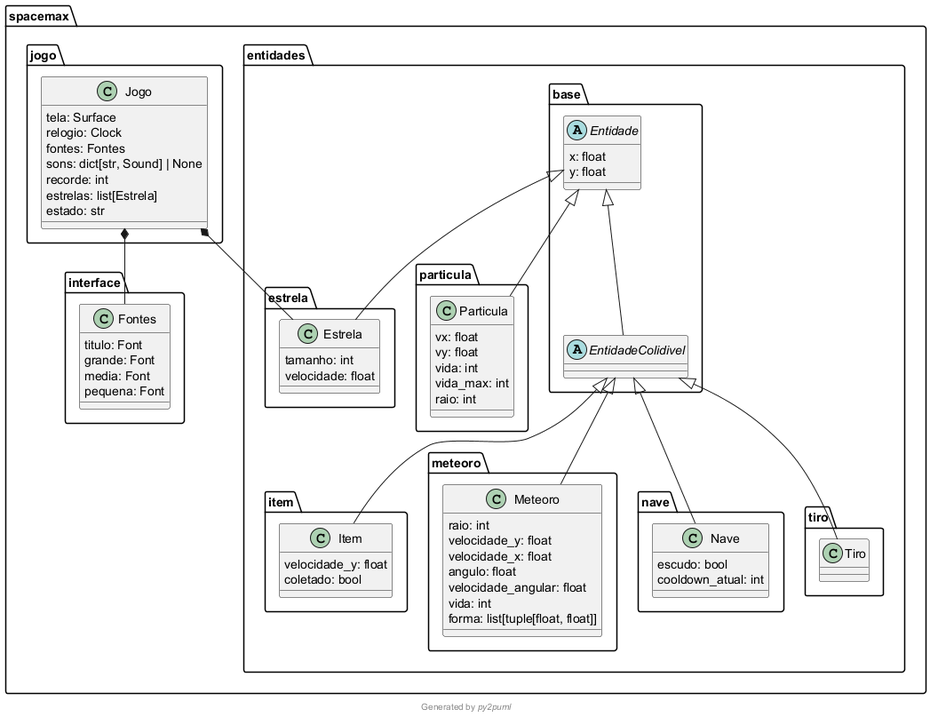
Above: docs/uml/imagens/classes_py2puml.png in viniciussantos184/SpaceMax (PlantUML), before the change.
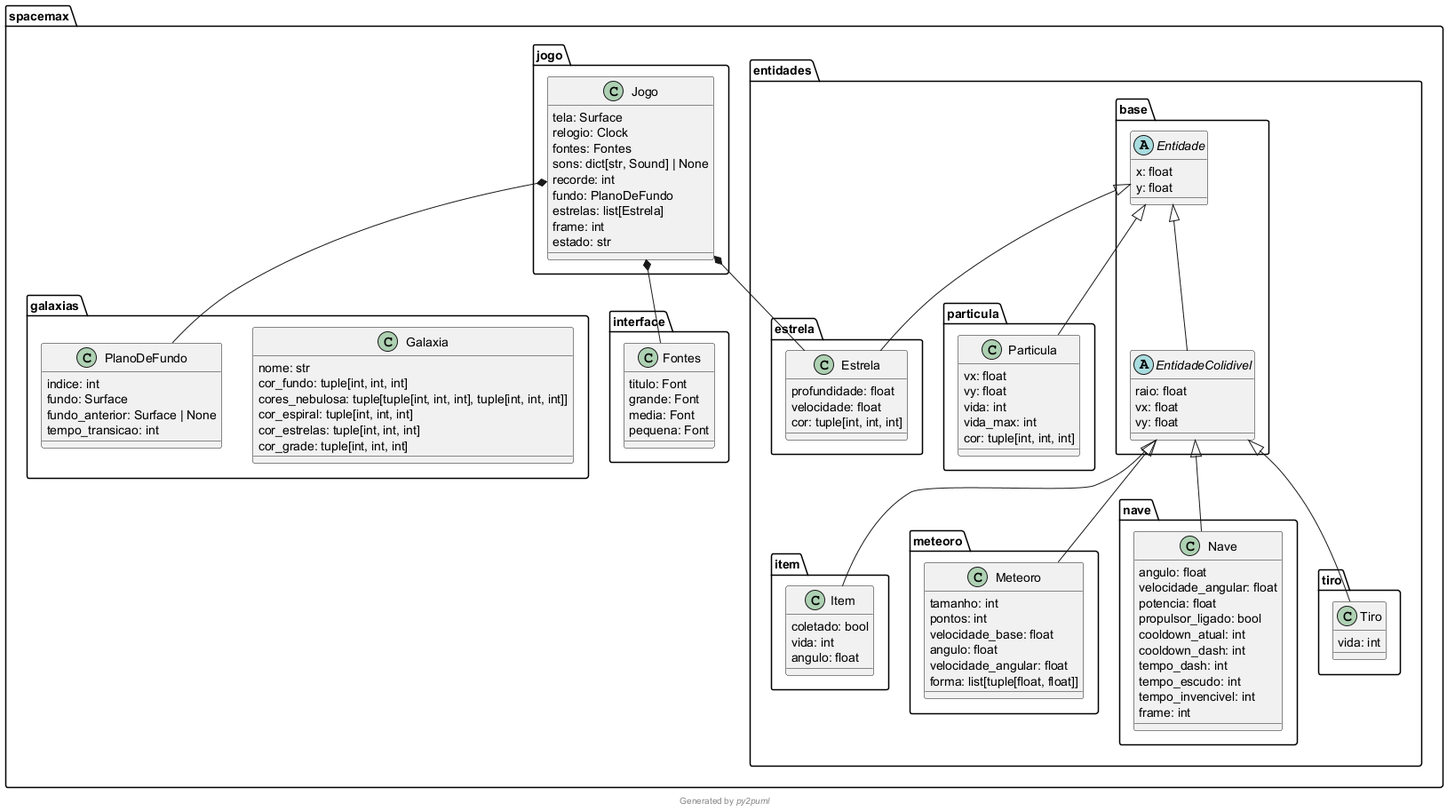
Above is the later version.

Change to the diagram source:
```diff
@@ -6,36 +6,63 @@
   y: float
 }
 abstract class spacemax.entidades.base.EntidadeColidivel {
+  raio: float
+  vx: float
+  vy: float
 }
 class spacemax.entidades.estrela.Estrela {
-  tamanho: int
+  profundidade: float
   velocidade: float
+  cor: tuple[int, int, int]
 }
 class spacemax.entidades.item.Item {
-  velocidade_y: float
   coletado: bool
+  vida: int
+  angulo: float
 }
 class spacemax.entidades.meteoro.Meteoro {
-  raio: int
-  velocidade_y: float
-  velocidade_x: float
+  tamanho: int
+  pontos: int
+  velocidade_base: float
   angulo: float
   velocidade_angular: float
-  vida: int
   forma: list[tuple[float, float]]
 }
 class spacemax.entidades.nave.Nave {
-  escudo: bool
+  angulo: float
+  velocidade_angular: float
+  potencia: float
+  propulsor_ligado: bool
   cooldown_atual: int
+  cooldown_dash: int
+  tempo_dash: int
+  tempo_escudo: int
+  tempo_invencivel: int
+  frame: int
 }
 class spacemax.entidades.particula.Particula {
   vx: float
   vy: float
   vida: int
   vida_max: int
-  raio: int
+  cor: tuple[int, int, int]
 }
 class spacemax.entidades.tiro.Tiro {
+  vida: int
+}
+class spacemax.galaxias.Galaxia {
+  nome: str
+  cor_fundo: tuple[int, int, int]
+  cores_nebulosa: tuple[tuple[int, int, int], tuple[int, int, int]]
+  cor_espiral: tuple[int, int, int]
+  cor_estrelas: tuple[int, int, int]
+  cor_grade: tuple[int, int, int]
+}
+class spacemax.galaxias.PlanoDeFundo {
+  indice: int
+  fundo: Surface
+  fundo_anterior: Surface | None
+  tempo_transicao: int
 }
 class spacemax.interface.Fontes {
   titulo: Font
@@ -49,7 +76,9 @@
   fontes: Fontes
   sons: dict[str, Sound] | None
   recorde: int
+  fundo: PlanoDeFundo
   estrelas: list[Estrela]
+  frame: int
   estado: str
 }
 spacemax.entidades.base.Entidade <|-- spacemax.entidades.base.EntidadeColidivel
@@ -60,6 +89,7 @@
 spacemax.entidades.base.Entidade <|-- spacemax.entidades.particula.Particula
 spacemax.entidades.base.EntidadeColidivel <|-- spacemax.entidades.tiro.Tiro
 spacemax.jogo.Jogo *-- spacemax.interface.Fontes
+spacemax.jogo.Jogo *-- spacemax.galaxias.PlanoDeFundo
 spacemax.jogo.Jogo *-- spacemax.entidades.estrela.Estrela
 footer Generated by //py2puml//
 @enduml
```
